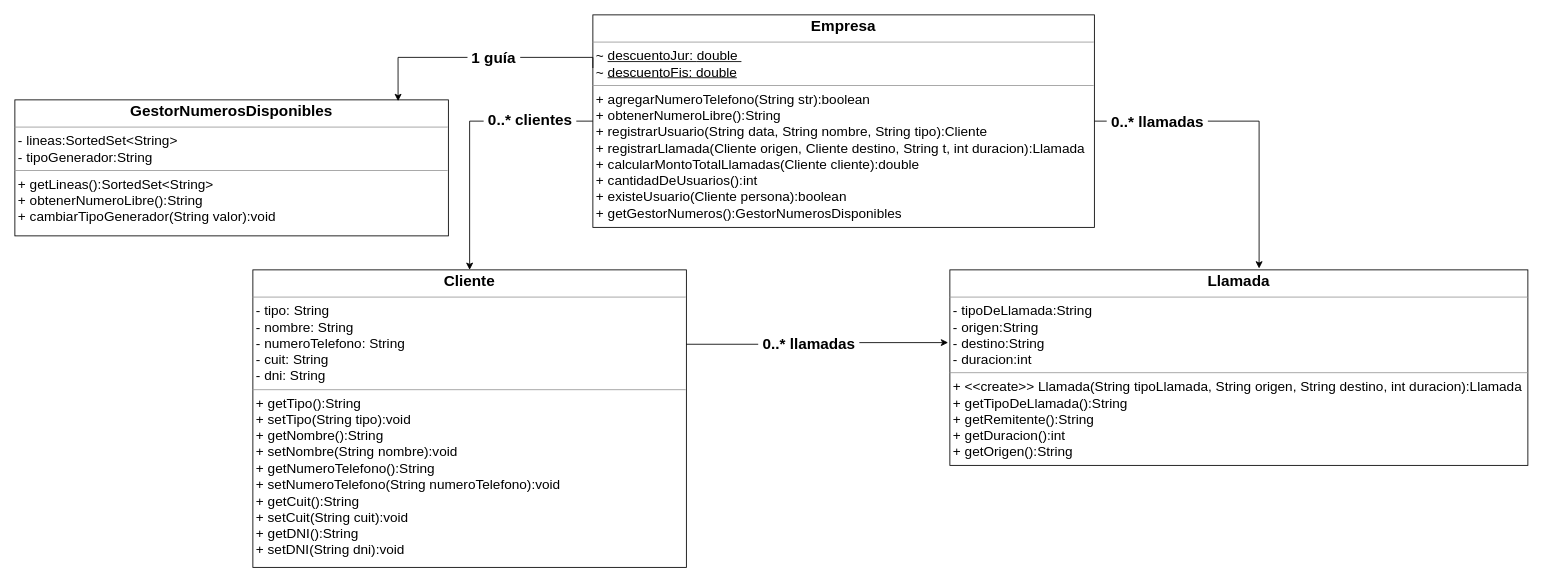
Earlier version of the draw.io diagram uml-inicial.drawio (Fabian-Martinez-Rincon/Facturacion_de_llamadas). Source tidied: cells renumbered, new cells numbered last; positions are measured from the earlier drawing's top-left corner, leaving out a move shared by most shapes. Both pictures are drawn from the tidied source at 85%, with x=0, y=0 at pixel (14, 14).
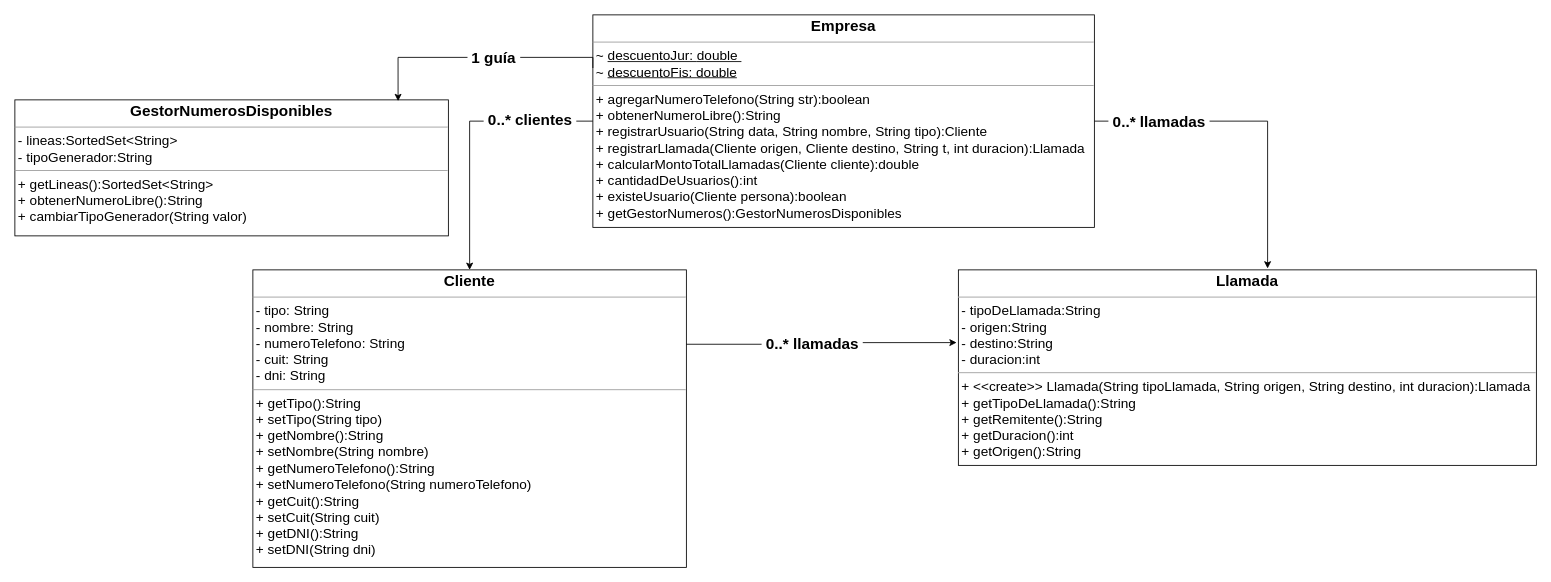
The same diagram, later.

Commit message:
Uml-inicial terminado

The edit, as a diff of the source:
```diff
@@
     <mxCell id="2" value="&lt;p style=&quot;margin:0px;margin-top:4px;text-align:center;&quot;&gt;&lt;b&gt;&lt;font style=&quot;font-size: 18px;&quot;&gt;Llamada&lt;/font&gt;&lt;/b&gt;&lt;/p&gt;&lt;hr size=&quot;1&quot;&gt;&lt;p style=&quot;margin:0px;margin-left:4px;&quot;&gt;&lt;font size=&quot;3&quot;&gt;- tipoDeLlamada:String&lt;br&gt;- origen:String&lt;/font&gt;&lt;/p&gt;&lt;p style=&quot;margin:0px;margin-left:4px;&quot;&gt;&lt;font size=&quot;3&quot;&gt;- destino:String&lt;br&gt;- duracion:int&lt;/font&gt;&lt;/p&gt;&lt;hr size=&quot;1&quot;&gt;&lt;p style=&quot;margin:0px;margin-left:4px;&quot;&gt;&lt;font size=&quot;3&quot;&gt;+ &amp;lt;&amp;lt;create&amp;gt;&amp;gt; Llamada(String tipoLlamada, String origen, String destino, int duracion):Llamada&lt;br&gt;+&amp;nbsp;getTipoDeLlamada():String&lt;/font&gt;&lt;/p&gt;&lt;p style=&quot;margin:0px;margin-left:4px;&quot;&gt;&lt;font size=&quot;3&quot;&gt;+&amp;nbsp;getRemitente():String&lt;/font&gt;&lt;/p&gt;&lt;p style=&quot;margin:0px;margin-left:4px;&quot;&gt;&lt;font size=&quot;3&quot;&gt;+&amp;nbsp;getDuracion():int&lt;/font&gt;&lt;/p&gt;&lt;p style=&quot;margin:0px;margin-left:4px;&quot;&gt;&lt;font size=&quot;3&quot;&gt;+ getOrigen():String&lt;/font&gt;&lt;/p&gt;" style="verticalAlign=top;align=left;overflow=fill;fontSize=12;fontFamily=Helvetica;html=1;rounded=0;shadow=0;comic=0;labelBackgroundColor=none;strokeWidth=1;" parent="1" vertex="1">
-      <mxGeometry x="1100" y="300" width="680" height="230" as="geometry" />
+      <mxGeometry x="1110" y="300" width="680" height="230" as="geometry" />
     </mxCell>
-    <mxCell id="3" value="&lt;p style=&quot;margin:0px;margin-top:4px;text-align:center;&quot;&gt;&lt;font style=&quot;font-size: 18px;&quot;&gt;&lt;b&gt;GestorNumerosDisponibles&lt;/b&gt;&lt;br&gt;&lt;/font&gt;&lt;/p&gt;&lt;hr size=&quot;1&quot;&gt;&lt;p style=&quot;margin:0px;margin-left:4px;&quot;&gt;&lt;font size=&quot;3&quot;&gt;- lineas:&lt;span style=&quot;text-wrap: wrap;&quot;&gt;SortedSet&amp;lt;String&amp;gt;&lt;/span&gt;&lt;br&gt;-&amp;nbsp;tipoGenerador:String&lt;/font&gt;&lt;/p&gt;&lt;hr size=&quot;1&quot;&gt;&lt;p style=&quot;margin:0px;margin-left:4px;&quot;&gt;&lt;font size=&quot;3&quot;&gt;+ getLineas():SortedSet&amp;lt;String&amp;gt;&lt;br&gt;+ obtenerNumeroLibre():&lt;span style=&quot;background-color: initial;&quot;&gt;String&lt;/span&gt;&lt;/font&gt;&lt;/p&gt;&lt;p style=&quot;margin:0px;margin-left:4px;&quot;&gt;&lt;font size=&quot;3&quot;&gt;&lt;span style=&quot;background-color: initial;&quot;&gt;+&amp;nbsp;&lt;/span&gt;&lt;span style=&quot;background-color: initial;&quot;&gt;cambiarTipoGenerador(String valor):&lt;/span&gt;&lt;span style=&quot;background-color: initial;&quot;&gt;void&lt;/span&gt;&lt;span style=&quot;background-color: initial;&quot;&gt;&amp;nbsp;&lt;/span&gt;&lt;/font&gt;&lt;/p&gt;" style="verticalAlign=top;align=left;overflow=fill;fontSize=12;fontFamily=Helvetica;html=1;rounded=0;shadow=0;comic=0;labelBackgroundColor=none;strokeWidth=1;" parent="1" vertex="1">
+    <mxCell id="3" value="&lt;p style=&quot;margin:0px;margin-top:4px;text-align:center;&quot;&gt;&lt;font style=&quot;font-size: 18px;&quot;&gt;&lt;b&gt;GestorNumerosDisponibles&lt;/b&gt;&lt;br&gt;&lt;/font&gt;&lt;/p&gt;&lt;hr size=&quot;1&quot;&gt;&lt;p style=&quot;margin:0px;margin-left:4px;&quot;&gt;&lt;font size=&quot;3&quot;&gt;- lineas:&lt;span style=&quot;text-wrap: wrap;&quot;&gt;SortedSet&amp;lt;String&amp;gt;&lt;/span&gt;&lt;br&gt;-&amp;nbsp;tipoGenerador:String&lt;/font&gt;&lt;/p&gt;&lt;hr size=&quot;1&quot;&gt;&lt;p style=&quot;margin:0px;margin-left:4px;&quot;&gt;&lt;font size=&quot;3&quot;&gt;+ getLineas():SortedSet&amp;lt;String&amp;gt;&lt;br&gt;+ obtenerNumeroLibre():&lt;span style=&quot;background-color: initial;&quot;&gt;String&lt;/span&gt;&lt;/font&gt;&lt;/p&gt;&lt;p style=&quot;margin:0px;margin-left:4px;&quot;&gt;&lt;font size=&quot;3&quot;&gt;&lt;span style=&quot;background-color: initial;&quot;&gt;+&amp;nbsp;&lt;/span&gt;&lt;span style=&quot;background-color: initial;&quot;&gt;cambiarTipoGenerador(String valor)&lt;/span&gt;&lt;/font&gt;&lt;/p&gt;" style="verticalAlign=top;align=left;overflow=fill;fontSize=12;fontFamily=Helvetica;html=1;rounded=0;shadow=0;comic=0;labelBackgroundColor=none;strokeWidth=1;" parent="1" vertex="1">
       <mxGeometry y="100" width="510" height="160" as="geometry" />
     </mxCell>
@@
-    <mxCell id="7" value="&lt;p style=&quot;margin:0px;margin-top:4px;text-align:center;&quot;&gt;&lt;font style=&quot;font-size: 18px;&quot;&gt;&lt;b&gt;Cliente&lt;/b&gt;&lt;br&gt;&lt;/font&gt;&lt;/p&gt;&lt;hr size=&quot;1&quot;&gt;&lt;p style=&quot;margin:0px;margin-left:4px;&quot;&gt;&lt;font size=&quot;3&quot;&gt;&lt;span style=&quot;background-color: initial;&quot;&gt;- tipo:&amp;nbsp;&lt;/span&gt;&lt;span style=&quot;background-color: initial;&quot;&gt;String&lt;/span&gt;&lt;span style=&quot;background-color: initial;&quot;&gt;&amp;nbsp;&lt;/span&gt;&lt;br&gt;&lt;/font&gt;&lt;/p&gt;&lt;p style=&quot;margin:0px;margin-left:4px;&quot;&gt;&lt;font size=&quot;3&quot;&gt;&lt;span style=&quot;white-space-collapse: collapse;&quot;&gt;- nombre:&amp;nbsp;&lt;/span&gt;&lt;span style=&quot;background-color: initial;&quot;&gt;String&lt;/span&gt;&lt;span style=&quot;background-color: initial;&quot;&gt;&amp;nbsp;&lt;/span&gt;&lt;/font&gt;&lt;/p&gt;&lt;p style=&quot;margin:0px;margin-left:4px;&quot;&gt;&lt;font size=&quot;3&quot;&gt;&lt;span style=&quot;white-space-collapse: collapse;&quot;&gt;- numeroTelefono:&amp;nbsp;&lt;/span&gt;&lt;span style=&quot;background-color: initial;&quot;&gt;String&lt;/span&gt;&lt;span style=&quot;background-color: initial;&quot;&gt;&amp;nbsp;&lt;/span&gt;&lt;/font&gt;&lt;/p&gt;&lt;p style=&quot;margin:0px;margin-left:4px;&quot;&gt;&lt;font size=&quot;3&quot;&gt;&lt;span style=&quot;white-space-collapse: collapse;&quot;&gt;- cuit:&amp;nbsp;&lt;/span&gt;&lt;span style=&quot;background-color: initial;&quot;&gt;String&lt;/span&gt;&lt;span style=&quot;background-color: initial;&quot;&gt;&amp;nbsp;&lt;/span&gt;&lt;/font&gt;&lt;/p&gt;&lt;p style=&quot;margin:0px;margin-left:4px;&quot;&gt;&lt;font size=&quot;3&quot;&gt;&lt;span style=&quot;white-space-collapse: collapse;&quot;&gt;- dni:&amp;nbsp;&lt;/span&gt;&lt;span style=&quot;background-color: initial;&quot;&gt;String&lt;/span&gt;&lt;span style=&quot;background-color: initial;&quot;&gt;&amp;nbsp;&lt;/span&gt;&lt;/font&gt;&lt;/p&gt;&lt;hr size=&quot;1&quot;&gt;&lt;p style=&quot;margin:0px;margin-left:4px;&quot;&gt;&lt;font size=&quot;3&quot;&gt;+&amp;nbsp;&lt;span style=&quot;background-color: initial;&quot;&gt;getTipo():&lt;/span&gt;&lt;span style=&quot;background-color: initial;&quot;&gt;String&lt;/span&gt;&lt;span style=&quot;background-color: initial;&quot;&gt;&amp;nbsp;&lt;/span&gt;&lt;span style=&quot;background-color: initial;&quot;&gt;&amp;nbsp;&lt;/span&gt;&lt;span style=&quot;background-color: initial; white-space-collapse: preserve;&quot;&gt;&#9;&#9;&lt;/span&gt;&lt;/font&gt;&lt;/p&gt;&lt;p style=&quot;margin:0px;margin-left:4px;&quot;&gt;&lt;span style=&quot;white-space-collapse: preserve; white-space-collapse: collapse;&quot;&gt;&lt;font size=&quot;3&quot;&gt;&#9;&lt;/font&gt;&lt;/span&gt;&lt;/p&gt;&lt;p style=&quot;margin:0px;margin-left:4px;&quot;&gt;&lt;font size=&quot;3&quot;&gt;+ setTipo(String tipo):&lt;span style=&quot;background-color: initial;&quot;&gt;void&lt;/span&gt;&lt;span style=&quot;background-color: initial;&quot;&gt;&amp;nbsp;&lt;/span&gt;&lt;/font&gt;&lt;/p&gt;&lt;p style=&quot;margin:0px;margin-left:4px;&quot;&gt;&lt;span style=&quot;white-space-collapse: preserve; white-space-collapse: collapse;&quot;&gt;&lt;font size=&quot;3&quot;&gt;&#9;&lt;/font&gt;&lt;/span&gt;&lt;/p&gt;&lt;p style=&quot;margin:0px;margin-left:4px;&quot;&gt;&lt;font size=&quot;3&quot;&gt;+ getNombre():&lt;span style=&quot;background-color: initial;&quot;&gt;String&lt;/span&gt;&lt;span style=&quot;background-color: initial;&quot;&gt;&amp;nbsp;&lt;/span&gt;&lt;span style=&quot;background-color: initial;&quot;&gt;&amp;nbsp;&lt;/span&gt;&lt;span style=&quot;background-color: initial; white-space-collapse: preserve;&quot;&gt;&#9;&#9;&lt;/span&gt;&lt;/font&gt;&lt;/p&gt;&lt;p style=&quot;margin:0px;margin-left:4px;&quot;&gt;&lt;span style=&quot;white-space-collapse: preserve; white-space-collapse: collapse;&quot;&gt;&lt;font size=&quot;3&quot;&gt;&#9;&lt;/font&gt;&lt;/span&gt;&lt;/p&gt;&lt;p style=&quot;margin:0px;margin-left:4px;&quot;&gt;&lt;font size=&quot;3&quot;&gt;+ setNombre(String nombre):&lt;span style=&quot;background-color: initial;&quot;&gt;void&lt;/span&gt;&lt;span style=&quot;background-color: initial;&quot;&gt;&amp;nbsp;&lt;/span&gt;&lt;span style=&quot;background-color: initial;&quot;&gt;&amp;nbsp;&lt;/span&gt;&lt;span style=&quot;background-color: initial; white-space-collapse: preserve;&quot;&gt;&#9;&#9;&lt;/span&gt;&lt;/font&gt;&lt;/p&gt;&lt;p style=&quot;margin:0px;margin-left:4px;&quot;&gt;&lt;span style=&quot;white-space-collapse: preserve; white-space-collapse: collapse;&quot;&gt;&lt;font size=&quot;3&quot;&gt;&#9;&lt;/font&gt;&lt;/span&gt;&lt;/p&gt;&lt;p style=&quot;margin:0px;margin-left:4px;&quot;&gt;&lt;font size=&quot;3&quot;&gt;+ getNumeroTelefono():&lt;span style=&quot;background-color: initial;&quot;&gt;String&lt;/span&gt;&lt;span style=&quot;background-color: initial;&quot;&gt;&amp;nbsp;&lt;/span&gt;&lt;span style=&quot;background-color: initial;&quot;&gt;&amp;nbsp;&lt;/span&gt;&lt;span style=&quot;background-color: initial; white-space-collapse: preserve;&quot;&gt;&#9;&#9;&lt;/span&gt;&lt;/font&gt;&lt;/p&gt;&lt;p style=&quot;margin:0px;margin-left:4px;&quot;&gt;&lt;span style=&quot;white-space-collapse: preserve; white-space-collapse: collapse;&quot;&gt;&lt;font size=&quot;3&quot;&gt;&#9;&lt;/font&gt;&lt;/span&gt;&lt;/p&gt;&lt;p style=&quot;margin:0px;margin-left:4px;&quot;&gt;&lt;font size=&quot;3&quot;&gt;+ setNumeroTelefono(String numeroTelefono):&lt;span style=&quot;background-color: initial;&quot;&gt;void&lt;/span&gt;&lt;span style=&quot;background-color: initial;&quot;&gt;&amp;nbsp;&lt;/span&gt;&lt;span style=&quot;background-color: initial; white-space-collapse: preserve;&quot;&gt;&#9;&#9;&lt;/span&gt;&lt;/font&gt;&lt;/p&gt;&lt;p style=&quot;margin:0px;margin-left:4px;&quot;&gt;&lt;span style=&quot;white-space-collapse: preserve; white-space-collapse: collapse;&quot;&gt;&lt;font size=&quot;3&quot;&gt;&#9;&lt;/font&gt;&lt;/span&gt;&lt;/p&gt;&lt;p style=&quot;margin:0px;margin-left:4px;&quot;&gt;&lt;font size=&quot;3&quot;&gt;+ getCuit():&lt;span style=&quot;background-color: initial;&quot;&gt;String&lt;/span&gt;&lt;span style=&quot;background-color: initial;&quot;&gt;&amp;nbsp;&lt;/span&gt;&lt;span style=&quot;background-color: initial;&quot;&gt;&amp;nbsp;&lt;/span&gt;&lt;span style=&quot;background-color: initial; white-space-collapse: preserve;&quot;&gt;&#9;&#9;&lt;/span&gt;&lt;/font&gt;&lt;/p&gt;&lt;p style=&quot;margin:0px;margin-left:4px;&quot;&gt;&lt;span style=&quot;white-space-collapse: preserve; white-space-collapse: collapse;&quot;&gt;&lt;font size=&quot;3&quot;&gt;&#9;&lt;/font&gt;&lt;/span&gt;&lt;/p&gt;&lt;p style=&quot;margin:0px;margin-left:4px;&quot;&gt;&lt;font size=&quot;3&quot;&gt;+ setCuit(String cuit):&lt;span style=&quot;background-color: initial;&quot;&gt;void&lt;/span&gt;&lt;span style=&quot;background-color: initial;&quot;&gt;&amp;nbsp;&lt;/span&gt;&lt;span style=&quot;background-color: initial;&quot;&gt;&amp;nbsp;&lt;/span&gt;&lt;span style=&quot;background-color: initial; white-space-collapse: preserve;&quot;&gt;&#9;&#9;&lt;/span&gt;&lt;/font&gt;&lt;/p&gt;&lt;p style=&quot;margin:0px;margin-left:4px;&quot;&gt;&lt;span style=&quot;white-space-collapse: preserve; white-space-collapse: collapse;&quot;&gt;&lt;font size=&quot;3&quot;&gt;&#9;&lt;/font&gt;&lt;/span&gt;&lt;/p&gt;&lt;p style=&quot;margin:0px;margin-left:4px;&quot;&gt;&lt;font size=&quot;3&quot;&gt;+ getDNI():&lt;span style=&quot;background-color: initial;&quot;&gt;String&lt;/span&gt;&lt;span style=&quot;background-color: initial;&quot;&gt;&amp;nbsp;&lt;/span&gt;&lt;span style=&quot;background-color: initial;&quot;&gt;&amp;nbsp;&lt;/span&gt;&lt;span style=&quot;background-color: initial; white-space-collapse: preserve;&quot;&gt;&#9;&#9;&lt;/span&gt;&lt;/font&gt;&lt;/p&gt;&lt;p style=&quot;margin:0px;margin-left:4px;&quot;&gt;&lt;span style=&quot;white-space-collapse: preserve; white-space-collapse: collapse;&quot;&gt;&lt;font size=&quot;3&quot;&gt;&#9;&lt;/font&gt;&lt;/span&gt;&lt;/p&gt;&lt;p style=&quot;margin:0px;margin-left:4px;&quot;&gt;&lt;font size=&quot;3&quot;&gt;+ setDNI(String dni):&lt;span style=&quot;background-color: initial;&quot;&gt;void&lt;/span&gt;&lt;span style=&quot;background-color: initial;&quot;&gt;&amp;nbsp;&lt;/span&gt;&lt;span style=&quot;background-color: initial; white-space-collapse: preserve;&quot;&gt;&#9;&lt;/span&gt;&lt;/font&gt;&lt;/p&gt;&lt;p style=&quot;margin:0px;margin-left:4px;&quot;&gt;&lt;br&gt;&lt;/p&gt;" style="verticalAlign=top;align=left;overflow=fill;fontSize=12;fontFamily=Helvetica;html=1;rounded=0;shadow=0;comic=0;labelBackgroundColor=none;strokeWidth=1;" parent="1" vertex="1">
+    <mxCell id="7" value="&lt;p style=&quot;margin:0px;margin-top:4px;text-align:center;&quot;&gt;&lt;font style=&quot;font-size: 18px;&quot;&gt;&lt;b&gt;Cliente&lt;/b&gt;&lt;br&gt;&lt;/font&gt;&lt;/p&gt;&lt;hr size=&quot;1&quot;&gt;&lt;p style=&quot;margin:0px;margin-left:4px;&quot;&gt;&lt;font size=&quot;3&quot;&gt;&lt;span style=&quot;background-color: initial;&quot;&gt;- tipo:&amp;nbsp;&lt;/span&gt;&lt;span style=&quot;background-color: initial;&quot;&gt;String&lt;/span&gt;&lt;span style=&quot;background-color: initial;&quot;&gt;&amp;nbsp;&lt;/span&gt;&lt;br&gt;&lt;/font&gt;&lt;/p&gt;&lt;p style=&quot;margin:0px;margin-left:4px;&quot;&gt;&lt;font size=&quot;3&quot;&gt;&lt;span style=&quot;white-space-collapse: collapse;&quot;&gt;- nombre:&amp;nbsp;&lt;/span&gt;&lt;span style=&quot;background-color: initial;&quot;&gt;String&lt;/span&gt;&lt;span style=&quot;background-color: initial;&quot;&gt;&amp;nbsp;&lt;/span&gt;&lt;/font&gt;&lt;/p&gt;&lt;p style=&quot;margin:0px;margin-left:4px;&quot;&gt;&lt;font size=&quot;3&quot;&gt;&lt;span style=&quot;white-space-collapse: collapse;&quot;&gt;- numeroTelefono:&amp;nbsp;&lt;/span&gt;&lt;span style=&quot;background-color: initial;&quot;&gt;String&lt;/span&gt;&lt;span style=&quot;background-color: initial;&quot;&gt;&amp;nbsp;&lt;/span&gt;&lt;/font&gt;&lt;/p&gt;&lt;p style=&quot;margin:0px;margin-left:4px;&quot;&gt;&lt;font size=&quot;3&quot;&gt;&lt;span style=&quot;white-space-collapse: collapse;&quot;&gt;- cuit:&amp;nbsp;&lt;/span&gt;&lt;span style=&quot;background-color: initial;&quot;&gt;String&lt;/span&gt;&lt;span style=&quot;background-color: initial;&quot;&gt;&amp;nbsp;&lt;/span&gt;&lt;/font&gt;&lt;/p&gt;&lt;p style=&quot;margin:0px;margin-left:4px;&quot;&gt;&lt;font size=&quot;3&quot;&gt;&lt;span style=&quot;white-space-collapse: collapse;&quot;&gt;- dni:&amp;nbsp;&lt;/span&gt;&lt;span style=&quot;background-color: initial;&quot;&gt;String&lt;/span&gt;&lt;span style=&quot;background-color: initial;&quot;&gt;&amp;nbsp;&lt;/span&gt;&lt;/font&gt;&lt;/p&gt;&lt;hr size=&quot;1&quot;&gt;&lt;p style=&quot;margin:0px;margin-left:4px;&quot;&gt;&lt;font size=&quot;3&quot;&gt;+&amp;nbsp;&lt;span style=&quot;background-color: initial;&quot;&gt;getTipo():&lt;/span&gt;&lt;span style=&quot;background-color: initial;&quot;&gt;String&lt;/span&gt;&lt;span style=&quot;background-color: initial;&quot;&gt;&amp;nbsp;&lt;/span&gt;&lt;span style=&quot;background-color: initial;&quot;&gt;&amp;nbsp;&lt;/span&gt;&lt;span style=&quot;background-color: initial; white-space-collapse: preserve;&quot;&gt;&#9;&#9;&lt;/span&gt;&lt;/font&gt;&lt;/p&gt;&lt;p style=&quot;margin:0px;margin-left:4px;&quot;&gt;&lt;span style=&quot;white-space-collapse: preserve; white-space-collapse: collapse;&quot;&gt;&lt;font size=&quot;3&quot;&gt;&#9;&lt;/font&gt;&lt;/span&gt;&lt;/p&gt;&lt;p style=&quot;margin:0px;margin-left:4px;&quot;&gt;&lt;font size=&quot;3&quot;&gt;+ setTipo(String tipo)&lt;/font&gt;&lt;/p&gt;&lt;p style=&quot;margin:0px;margin-left:4px;&quot;&gt;&lt;span style=&quot;white-space-collapse: preserve; white-space-collapse: collapse;&quot;&gt;&lt;font size=&quot;3&quot;&gt;&#9;&lt;/font&gt;&lt;/span&gt;&lt;/p&gt;&lt;p style=&quot;margin:0px;margin-left:4px;&quot;&gt;&lt;font size=&quot;3&quot;&gt;+ getNombre():&lt;span style=&quot;background-color: initial;&quot;&gt;String&lt;/span&gt;&lt;span style=&quot;background-color: initial;&quot;&gt;&amp;nbsp;&lt;/span&gt;&lt;span style=&quot;background-color: initial;&quot;&gt;&amp;nbsp;&lt;/span&gt;&lt;span style=&quot;background-color: initial; white-space-collapse: preserve;&quot;&gt;&#9;&#9;&lt;/span&gt;&lt;/font&gt;&lt;/p&gt;&lt;p style=&quot;margin:0px;margin-left:4px;&quot;&gt;&lt;span style=&quot;white-space-collapse: preserve; white-space-collapse: collapse;&quot;&gt;&lt;font size=&quot;3&quot;&gt;&#9;&lt;/font&gt;&lt;/span&gt;&lt;/p&gt;&lt;p style=&quot;margin:0px;margin-left:4px;&quot;&gt;&lt;font size=&quot;3&quot;&gt;+ setNombre(String nombre)&lt;span style=&quot;background-color: initial;&quot;&gt;&amp;nbsp;&lt;/span&gt;&lt;span style=&quot;background-color: initial; white-space-collapse: preserve;&quot;&gt;&#9;&#9;&lt;/span&gt;&lt;/font&gt;&lt;/p&gt;&lt;p style=&quot;margin:0px;margin-left:4px;&quot;&gt;&lt;span style=&quot;white-space-collapse: preserve; white-space-collapse: collapse;&quot;&gt;&lt;font size=&quot;3&quot;&gt;&#9;&lt;/font&gt;&lt;/span&gt;&lt;/p&gt;&lt;p style=&quot;margin:0px;margin-left:4px;&quot;&gt;&lt;font size=&quot;3&quot;&gt;+ getNumeroTelefono():&lt;span style=&quot;background-color: initial;&quot;&gt;String&lt;/span&gt;&lt;span style=&quot;background-color: initial;&quot;&gt;&amp;nbsp;&lt;/span&gt;&lt;span style=&quot;background-color: initial;&quot;&gt;&amp;nbsp;&lt;/span&gt;&lt;span style=&quot;background-color: initial; white-space-collapse: preserve;&quot;&gt;&#9;&#9;&lt;/span&gt;&lt;/font&gt;&lt;/p&gt;&lt;p style=&quot;margin:0px;margin-left:4px;&quot;&gt;&lt;span style=&quot;white-space-collapse: preserve; white-space-collapse: collapse;&quot;&gt;&lt;font size=&quot;3&quot;&gt;&#9;&lt;/font&gt;&lt;/span&gt;&lt;/p&gt;&lt;p style=&quot;margin:0px;margin-left:4px;&quot;&gt;&lt;font size=&quot;3&quot;&gt;+ setNumeroTelefono(String numeroTelefono)&lt;span style=&quot;background-color: initial; white-space-collapse: preserve;&quot;&gt;&#9;&#9;&lt;/span&gt;&lt;/font&gt;&lt;/p&gt;&lt;p style=&quot;margin:0px;margin-left:4px;&quot;&gt;&lt;span style=&quot;white-space-collapse: preserve; white-space-collapse: collapse;&quot;&gt;&lt;font size=&quot;3&quot;&gt;&#9;&lt;/font&gt;&lt;/span&gt;&lt;/p&gt;&lt;p style=&quot;margin:0px;margin-left:4px;&quot;&gt;&lt;font size=&quot;3&quot;&gt;+ getCuit():&lt;span style=&quot;background-color: initial;&quot;&gt;String&lt;/span&gt;&lt;span style=&quot;background-color: initial;&quot;&gt;&amp;nbsp;&lt;/span&gt;&lt;span style=&quot;background-color: initial;&quot;&gt;&amp;nbsp;&lt;/span&gt;&lt;span style=&quot;background-color: initial; white-space-collapse: preserve;&quot;&gt;&#9;&#9;&lt;/span&gt;&lt;/font&gt;&lt;/p&gt;&lt;p style=&quot;margin:0px;margin-left:4px;&quot;&gt;&lt;span style=&quot;white-space-collapse: preserve; white-space-collapse: collapse;&quot;&gt;&lt;font size=&quot;3&quot;&gt;&#9;&lt;/font&gt;&lt;/span&gt;&lt;/p&gt;&lt;p style=&quot;margin:0px;margin-left:4px;&quot;&gt;&lt;font size=&quot;3&quot;&gt;+ setCuit(String cuit)&lt;span style=&quot;background-color: initial;&quot;&gt;&amp;nbsp;&lt;/span&gt;&lt;span style=&quot;background-color: initial; white-space-collapse: preserve;&quot;&gt;&#9;&#9;&lt;/span&gt;&lt;/font&gt;&lt;/p&gt;&lt;p style=&quot;margin:0px;margin-left:4px;&quot;&gt;&lt;span style=&quot;white-space-collapse: preserve; white-space-collapse: collapse;&quot;&gt;&lt;font size=&quot;3&quot;&gt;&#9;&lt;/font&gt;&lt;/span&gt;&lt;/p&gt;&lt;p style=&quot;margin:0px;margin-left:4px;&quot;&gt;&lt;font size=&quot;3&quot;&gt;+ getDNI():&lt;span style=&quot;background-color: initial;&quot;&gt;String&lt;/span&gt;&lt;span style=&quot;background-color: initial;&quot;&gt;&amp;nbsp;&lt;/span&gt;&lt;span style=&quot;background-color: initial;&quot;&gt;&amp;nbsp;&lt;/span&gt;&lt;span style=&quot;background-color: initial; white-space-collapse: preserve;&quot;&gt;&#9;&#9;&lt;/span&gt;&lt;/font&gt;&lt;/p&gt;&lt;p style=&quot;margin:0px;margin-left:4px;&quot;&gt;&lt;span style=&quot;white-space-collapse: preserve; white-space-collapse: collapse;&quot;&gt;&lt;font size=&quot;3&quot;&gt;&#9;&lt;/font&gt;&lt;/span&gt;&lt;/p&gt;&lt;p style=&quot;margin:0px;margin-left:4px;&quot;&gt;&lt;font size=&quot;3&quot;&gt;+ setDNI(String dni)&lt;span style=&quot;background-color: initial; white-space-collapse: preserve;&quot;&gt;&#9;&lt;/span&gt;&lt;/font&gt;&lt;/p&gt;&lt;p style=&quot;margin:0px;margin-left:4px;&quot;&gt;&lt;br&gt;&lt;/p&gt;" style="verticalAlign=top;align=left;overflow=fill;fontSize=12;fontFamily=Helvetica;html=1;rounded=0;shadow=0;comic=0;labelBackgroundColor=none;strokeWidth=1;" parent="1" vertex="1">
       <mxGeometry x="280" y="300" width="510" height="350" as="geometry" />
     </mxCell>
```
